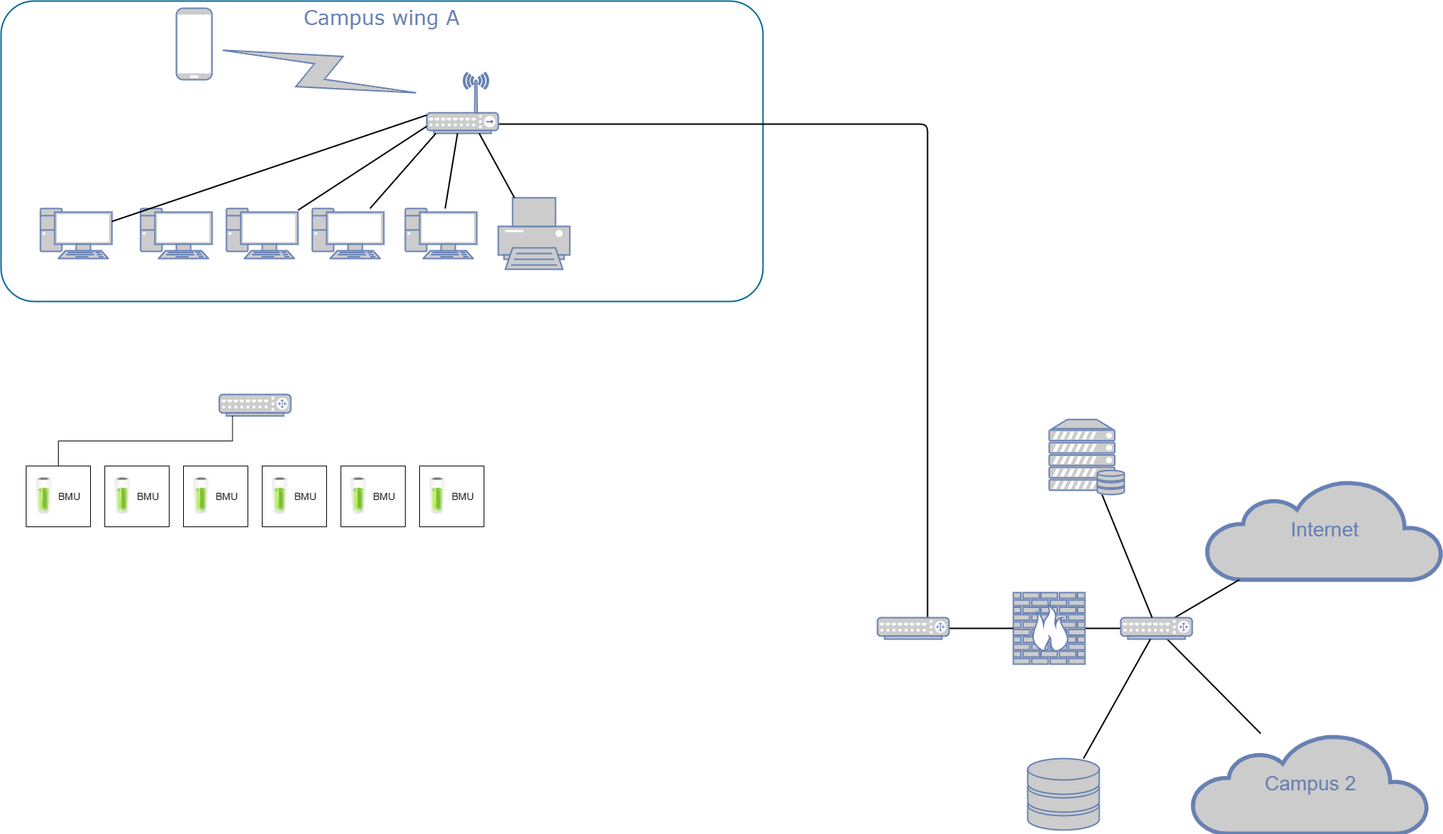
The draw.io diagram BMU对EMS的通讯方案.png in jingfengLu/Draw, before a commit. Source tidied: cells renumbered, new cells last; positions are measured from the earlier drawing's top-left corner, leaving out a move shared by most shapes.
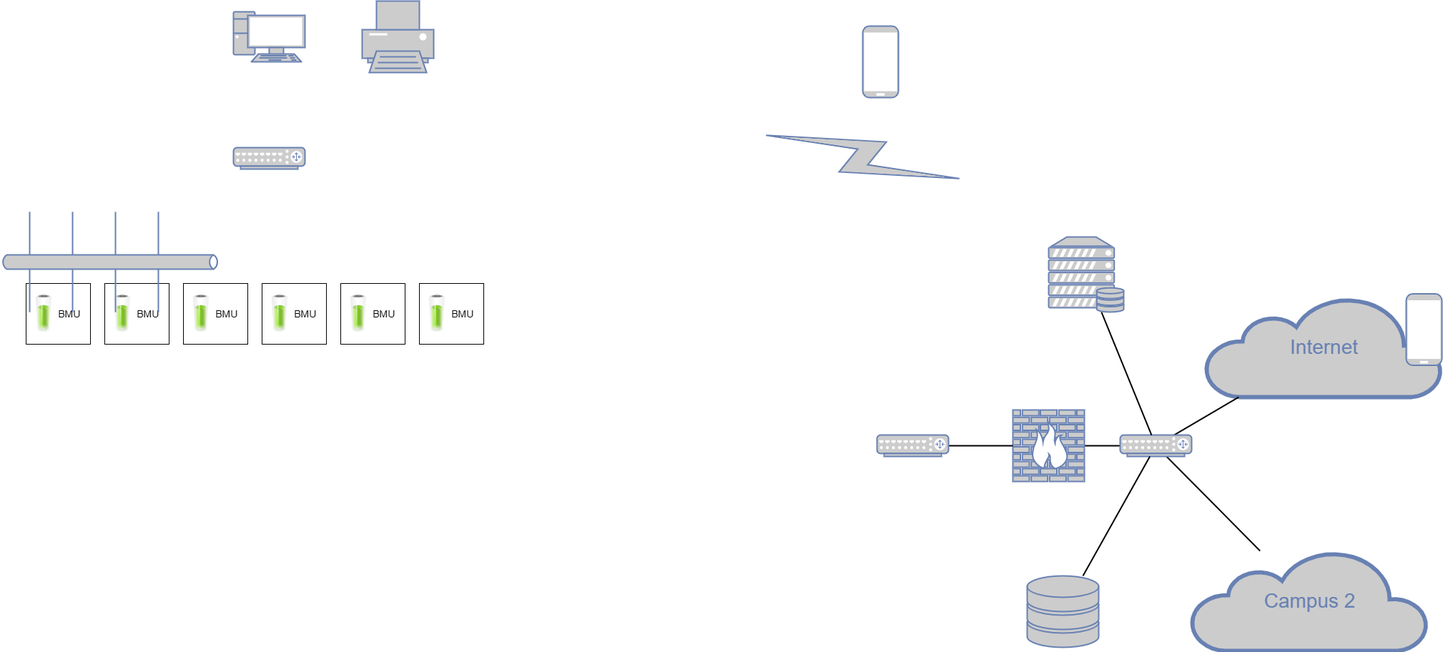
Above is the later version.

Commit message:
更新BMU对EMS的通讯方案.png

Diff of the diagram source:
```diff
@@ -2,70 +2,18 @@
   <root>
     <mxCell id="0" />
     <mxCell id="1" parent="0" />
-    <mxCell id="2" value="Campus wing A" style="rounded=1;whiteSpace=wrap;html=1;shadow=0;comic=0;strokeColor=#036897;strokeWidth=2;fillColor=none;fontFamily=Verdana;fontSize=28;fontColor=#6881B3;align=center;arcSize=11;verticalAlign=top;" parent="1" vertex="1">
-      <mxGeometry width="1065" height="420" as="geometry" />
-    </mxCell>
     <mxCell id="3" style="edgeStyle=none;html=1;labelBackgroundColor=none;endArrow=none;endFill=0;strokeWidth=2;fontFamily=Verdana;fontSize=28;fontColor=#6881B3;" parent="1" edge="1" source="4" target="25">
       <mxGeometry relative="1" as="geometry" />
     </mxCell>
     <mxCell id="4" style="fontColor=#0066CC;verticalAlign=top;verticalLabelPosition=bottom;labelPosition=center;align=center;html=1;fillColor=#CCCCCC;strokeColor=#6881B3;gradientColor=none;gradientDirection=north;strokeWidth=2;shape=mxgraph.networks.firewall;rounded=0;shadow=0;comic=0;" parent="1" vertex="1">
       <mxGeometry x="1415" y="827" width="100" height="100" as="geometry" />
     </mxCell>
-    <mxCell id="5" style="edgeStyle=orthogonalEdgeStyle;html=1;labelBackgroundColor=none;endArrow=none;endFill=0;strokeWidth=2;fontFamily=Verdana;fontSize=15;fontColor=#036897;" parent="1" edge="1" source="14" target="7">
-      <mxGeometry relative="1" as="geometry">
-        <Array as="points">
-          <mxPoint x="1295" y="172" />
-        </Array>
-      </mxGeometry>
-    </mxCell>
     <mxCell id="6" style="edgeStyle=none;html=1;labelBackgroundColor=none;endArrow=none;endFill=0;strokeWidth=2;fontFamily=Verdana;fontSize=15;fontColor=#036897;" parent="1" edge="1" source="7" target="4">
       <mxGeometry relative="1" as="geometry" />
     </mxCell>
     <mxCell id="7" style="fontColor=#0066CC;verticalAlign=top;verticalLabelPosition=bottom;labelPosition=center;align=center;html=1;fillColor=#CCCCCC;strokeColor=#6881B3;gradientColor=none;gradientDirection=north;strokeWidth=2;shape=mxgraph.networks.router;rounded=0;shadow=0;comic=0;" parent="1" vertex="1">
       <mxGeometry x="1225" y="862" width="100" height="30" as="geometry" />
     </mxCell>
-    <mxCell id="8" style="fontColor=#0066CC;verticalAlign=top;verticalLabelPosition=bottom;labelPosition=center;align=center;html=1;fillColor=#CCCCCC;strokeColor=#6881B3;gradientColor=none;gradientDirection=north;strokeWidth=2;shape=mxgraph.networks.pc;rounded=0;shadow=0;comic=0;" parent="1" vertex="1">
-      <mxGeometry x="55" y="290" width="100" height="70" as="geometry" />
-    </mxCell>
-    <mxCell id="9" style="fontColor=#0066CC;verticalAlign=top;verticalLabelPosition=bottom;labelPosition=center;align=center;html=1;fillColor=#CCCCCC;strokeColor=#6881B3;gradientColor=none;gradientDirection=north;strokeWidth=2;shape=mxgraph.networks.pc;rounded=0;shadow=0;comic=0;" parent="1" vertex="1">
-      <mxGeometry x="195" y="290" width="100" height="70" as="geometry" />
-    </mxCell>
-    <mxCell id="10" style="fontColor=#0066CC;verticalAlign=top;verticalLabelPosition=bottom;labelPosition=center;align=center;html=1;fillColor=#CCCCCC;strokeColor=#6881B3;gradientColor=none;gradientDirection=north;strokeWidth=2;shape=mxgraph.networks.pc;rounded=0;shadow=0;comic=0;" parent="1" vertex="1">
-      <mxGeometry x="315" y="290" width="100" height="70" as="geometry" />
-    </mxCell>
-    <mxCell id="11" style="fontColor=#0066CC;verticalAlign=top;verticalLabelPosition=bottom;labelPosition=center;align=center;html=1;fillColor=#CCCCCC;strokeColor=#6881B3;gradientColor=none;gradientDirection=north;strokeWidth=2;shape=mxgraph.networks.pc;rounded=0;shadow=0;comic=0;" parent="1" vertex="1">
-      <mxGeometry x="435" y="290" width="100" height="70" as="geometry" />
-    </mxCell>
-    <mxCell id="12" style="fontColor=#0066CC;verticalAlign=top;verticalLabelPosition=bottom;labelPosition=center;align=center;html=1;fillColor=#CCCCCC;strokeColor=#6881B3;gradientColor=none;gradientDirection=north;strokeWidth=2;shape=mxgraph.networks.pc;rounded=0;shadow=0;comic=0;" parent="1" vertex="1">
-      <mxGeometry x="565" y="290" width="100" height="70" as="geometry" />
-    </mxCell>
-    <mxCell id="13" style="fontColor=#0066CC;verticalAlign=top;verticalLabelPosition=bottom;labelPosition=center;align=center;html=1;fillColor=#CCCCCC;strokeColor=#6881B3;gradientColor=none;gradientDirection=north;strokeWidth=2;shape=mxgraph.networks.printer;rounded=0;shadow=0;comic=0;" parent="1" vertex="1">
-      <mxGeometry x="695" y="275" width="100" height="100" as="geometry" />
-    </mxCell>
-    <mxCell id="14" style="fontColor=#0066CC;verticalAlign=top;verticalLabelPosition=bottom;labelPosition=center;align=center;html=1;fillColor=#CCCCCC;strokeColor=#6881B3;gradientColor=none;gradientDirection=north;strokeWidth=2;shape=mxgraph.networks.wireless_hub;rounded=0;shadow=0;comic=0;" parent="1" vertex="1">
-      <mxGeometry x="595" y="100" width="100" height="85" as="geometry" />
-    </mxCell>
-    <mxCell id="15" style="edgeStyle=none;html=1;labelBackgroundColor=none;endArrow=none;endFill=0;strokeWidth=2;fontFamily=Verdana;fontSize=15;fontColor=#036897;" parent="1" edge="1" source="8" target="14">
-      <mxGeometry relative="1" as="geometry" />
-    </mxCell>
-    <mxCell id="16" style="edgeStyle=none;html=1;labelBackgroundColor=none;endArrow=none;endFill=0;strokeWidth=2;fontFamily=Verdana;fontSize=15;fontColor=#036897;" parent="1" edge="1" source="10" target="14">
-      <mxGeometry relative="1" as="geometry" />
-    </mxCell>
-    <mxCell id="17" style="edgeStyle=none;html=1;labelBackgroundColor=none;endArrow=none;endFill=0;strokeWidth=2;fontFamily=Verdana;fontSize=15;fontColor=#036897;" parent="1" edge="1" source="11" target="14">
-      <mxGeometry relative="1" as="geometry" />
-    </mxCell>
-    <mxCell id="18" style="edgeStyle=none;html=1;labelBackgroundColor=none;endArrow=none;endFill=0;strokeWidth=2;fontFamily=Verdana;fontSize=15;fontColor=#036897;" parent="1" edge="1" source="12" target="14">
-      <mxGeometry relative="1" as="geometry" />
-    </mxCell>
-    <mxCell id="19" style="edgeStyle=none;html=1;labelBackgroundColor=none;endArrow=none;endFill=0;strokeWidth=2;fontFamily=Verdana;fontSize=15;fontColor=#036897;" parent="1" edge="1" source="13" target="14">
-      <mxGeometry relative="1" as="geometry" />
-    </mxCell>
-    <mxCell id="20" style="html=1;fillColor=#CCCCCC;strokeColor=#6881B3;gradientColor=none;gradientDirection=north;strokeWidth=2;shape=mxgraph.networks.comm_link_edge;html=1;labelBackgroundColor=none;endArrow=none;endFill=0;fontFamily=Verdana;fontSize=20;" parent="1" edge="1" source="14" target="21">
-      <mxGeometry relative="1" as="geometry" />
-    </mxCell>
-    <mxCell id="21" style="fontColor=#0066CC;verticalAlign=top;verticalLabelPosition=bottom;labelPosition=center;align=center;html=1;fillColor=#CCCCCC;strokeColor=#6881B3;gradientColor=none;gradientDirection=north;strokeWidth=2;shape=mxgraph.networks.mobile;rounded=0;shadow=0;comic=0;" parent="1" vertex="1">
-      <mxGeometry x="245" y="10" width="50" height="100" as="geometry" />
-    </mxCell>
     <mxCell id="22" value="Internet" style="html=1;fillColor=#CCCCCC;strokeColor=#6881B3;gradientColor=none;gradientDirection=north;strokeWidth=2;shape=mxgraph.networks.cloud;fontColor=#6881B3;rounded=0;shadow=0;comic=0;align=center;fontSize=28;" parent="1" vertex="1">
       <mxGeometry x="1685" y="669" width="330" height="140" as="geometry" />
     </mxCell>
@@ -148,10 +96,68 @@
       <mxGeometry x="10" y="16.2" width="30" height="52.5" as="geometry" />
     </mxCell>
     <mxCell id="49" style="fontColor=#0066CC;verticalAlign=top;verticalLabelPosition=bottom;labelPosition=center;align=center;html=1;fillColor=#CCCCCC;strokeColor=#6881B3;gradientColor=none;gradientDirection=north;strokeWidth=2;shape=mxgraph.networks.router;rounded=0;shadow=0;comic=0;" parent="1" vertex="1">
-      <mxGeometry x="305" y="550" width="100" height="30" as="geometry" />
+      <mxGeometry x="325" y="460" width="100" height="30" as="geometry" />
     </mxCell>
-    <mxCell id="50" style="edgeStyle=orthogonalEdgeStyle;rounded=0;jettySize=auto;html=1;exitX=0.5;exitY=0;exitDx=0;exitDy=0;entryX=0.185;entryY=0.995;entryDx=0;entryDy=0;entryPerimeter=0;endArrow=none;endFill=0;" parent="1" edge="1" source="35" target="49">
-      <mxGeometry relative="1" as="geometry" />
-    </mxCell>
+    <mxCell id="51" style="html=1;fillColor=#CCCCCC;strokeColor=#6881B3;gradientColor=none;gradientDirection=north;strokeWidth=2;shape=mxgraph.networks.bus;gradientColor=none;gradientDirection=north;fontColor=#ffffff;perimeter=backbonePerimeter;backboneSize=20;" parent="1" vertex="1">
+      <mxGeometry y="610" width="305" height="20" as="geometry" />
+    </mxCell>
+    <mxCell id="52" style="strokeColor=#6881B3;edgeStyle=none;rounded=0;endArrow=none;html=1;strokeWidth=2;" parent="1" edge="1" target="51">
+      <mxGeometry relative="1" as="geometry">
+        <mxPoint x="40" y="550" as="sourcePoint" />
+      </mxGeometry>
+    </mxCell>
+    <mxCell id="53" style="strokeColor=#6881B3;edgeStyle=none;rounded=0;endArrow=none;html=1;strokeWidth=2;" parent="1" edge="1" target="51">
+      <mxGeometry relative="1" as="geometry">
+        <mxPoint x="100" y="550" as="sourcePoint" />
+      </mxGeometry>
+    </mxCell>
+    <mxCell id="54" style="strokeColor=#6881B3;edgeStyle=none;rounded=0;endArrow=none;html=1;strokeWidth=2;" parent="1" edge="1" target="51">
+      <mxGeometry relative="1" as="geometry">
+        <mxPoint x="160" y="550" as="sourcePoint" />
+      </mxGeometry>
+    </mxCell>
+    <mxCell id="55" style="strokeColor=#6881B3;edgeStyle=none;rounded=0;endArrow=none;html=1;strokeWidth=2;" parent="1" edge="1" target="51">
+      <mxGeometry relative="1" as="geometry">
+        <mxPoint x="220" y="550" as="sourcePoint" />
+      </mxGeometry>
+    </mxCell>
+    <mxCell id="56" style="strokeColor=#6881B3;edgeStyle=none;rounded=0;endArrow=none;html=1;strokeWidth=2;" parent="1" edge="1" target="51">
+      <mxGeometry relative="1" as="geometry">
+        <mxPoint x="40" y="690" as="sourcePoint" />
+      </mxGeometry>
+    </mxCell>
+    <mxCell id="57" style="strokeColor=#6881B3;edgeStyle=none;rounded=0;endArrow=none;html=1;strokeWidth=2;" parent="1" edge="1" target="51">
+      <mxGeometry relative="1" as="geometry">
+        <mxPoint x="100" y="690" as="sourcePoint" />
+      </mxGeometry>
+    </mxCell>
+    <mxCell id="58" style="strokeColor=#6881B3;edgeStyle=none;rounded=0;endArrow=none;html=1;strokeWidth=2;" parent="1" edge="1" target="51">
+      <mxGeometry relative="1" as="geometry">
+        <mxPoint x="160" y="690" as="sourcePoint" />
+      </mxGeometry>
+    </mxCell>
+    <mxCell id="59" style="strokeColor=#6881B3;edgeStyle=none;rounded=0;endArrow=none;html=1;strokeWidth=2;" parent="1" edge="1" target="51">
+      <mxGeometry relative="1" as="geometry">
+        <mxPoint x="220" y="690" as="sourcePoint" />
+      </mxGeometry>
+    </mxCell>
+    <mxCell id="60" style="fontColor=#0066CC;verticalAlign=top;verticalLabelPosition=bottom;labelPosition=center;align=center;html=1;fillColor=#CCCCCC;strokeColor=#6881B3;gradientColor=none;gradientDirection=north;strokeWidth=2;shape=mxgraph.networks.pc;rounded=0;shadow=0;comic=0;" parent="1" vertex="1">
+      <mxGeometry x="325" y="270" width="100" height="70" as="geometry" />
+    </mxCell>
+    <mxCell id="61" style="fontColor=#0066CC;verticalAlign=top;verticalLabelPosition=bottom;labelPosition=center;align=center;html=1;fillColor=#CCCCCC;strokeColor=#6881B3;gradientColor=none;gradientDirection=north;strokeWidth=2;shape=mxgraph.networks.mobile;rounded=0;shadow=0;comic=0;" parent="1" vertex="1">
+      <mxGeometry x="1205" y="290" width="50" height="100" as="geometry" />
+    </mxCell>
+    <mxCell id="62" style="fontColor=#0066CC;verticalAlign=top;verticalLabelPosition=bottom;labelPosition=center;align=center;html=1;fillColor=#CCCCCC;strokeColor=#6881B3;gradientColor=none;gradientDirection=north;strokeWidth=2;shape=mxgraph.networks.mobile;rounded=0;shadow=0;comic=0;" parent="1" vertex="1">
+      <mxGeometry x="1965" y="664.5" width="50" height="100" as="geometry" />
+    </mxCell>
+    <mxCell id="63" style="html=1;fillColor=#CCCCCC;strokeColor=#6881B3;gradientColor=none;gradientDirection=north;strokeWidth=2;shape=mxgraph.networks.comm_link_edge;html=1;labelBackgroundColor=none;endArrow=none;endFill=0;fontFamily=Verdana;fontSize=20;" parent="1" edge="1">
+      <mxGeometry relative="1" as="geometry">
+        <mxPoint x="1355" y="506.5" as="sourcePoint" />
+        <mxPoint x="1055" y="439.5" as="targetPoint" />
+      </mxGeometry>
+    </mxCell>
+    <mxCell id="64" style="fontColor=#0066CC;verticalAlign=top;verticalLabelPosition=bottom;labelPosition=center;align=center;html=1;fillColor=#CCCCCC;strokeColor=#6881B3;gradientColor=none;gradientDirection=north;strokeWidth=2;shape=mxgraph.networks.printer;rounded=0;shadow=0;comic=0;" parent="1" vertex="1">
+      <mxGeometry x="505" y="255" width="100" height="100" as="geometry" />
+    </mxCell>
   </root>
 </mxGraphModel>
```
